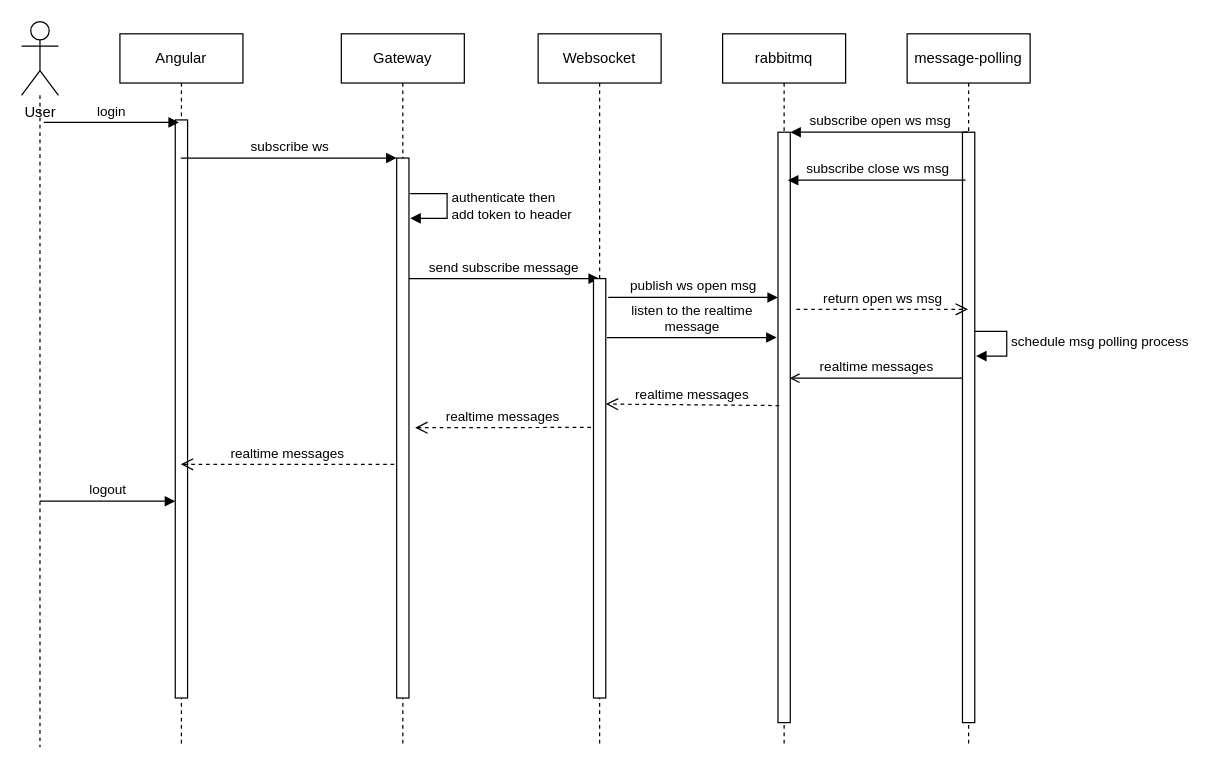
Above: anfular-websoket-gateway.drawio in phquoc25/diagram (draw.io), before the change. Source tidied: cells renumbered, new cells numbered last; positions are measured from the earlier drawing's top-left corner, leaving out a move shared by most shapes. Both pictures are drawn from the tidied source at 123%, with x=0, y=0 at pixel (21, 21).
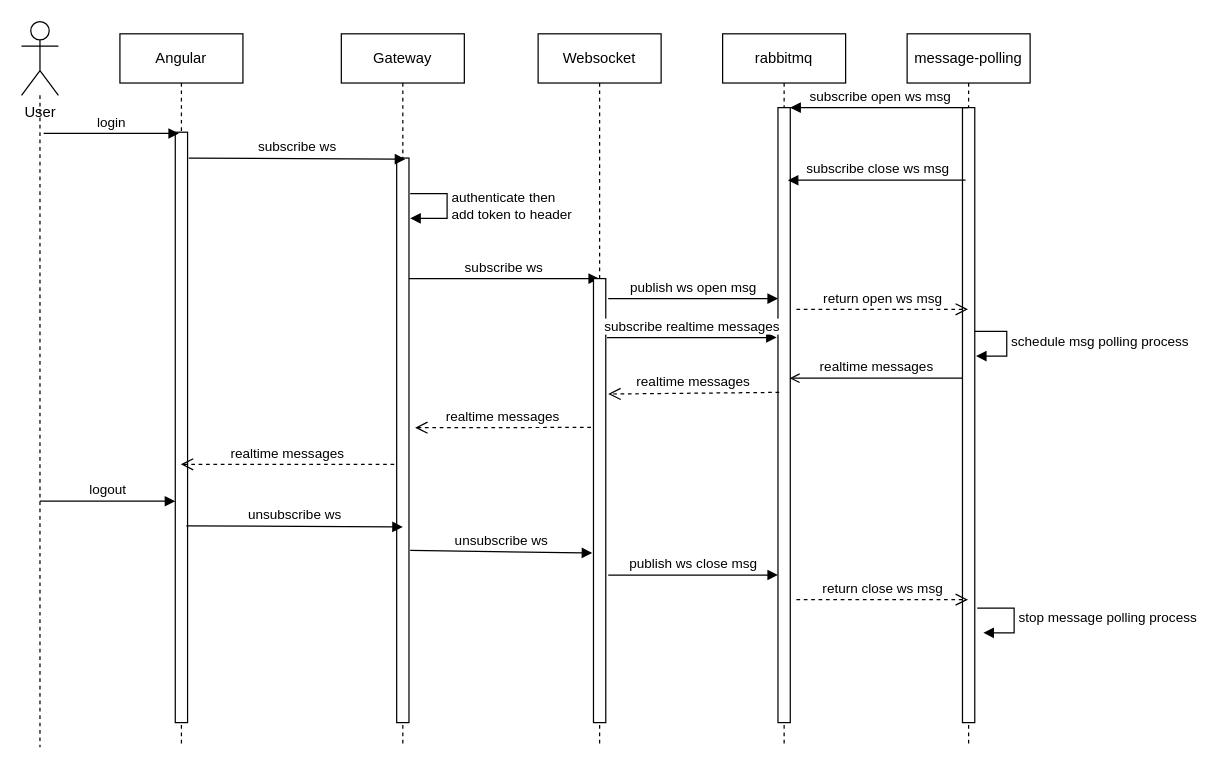
Above is the later version.

The change refers to these unchanged cells:
```xml
<mxCell id="2" value="Angular" style="shape=umlLifeline;perimeter=lifelinePerimeter;whiteSpace=wrap;html=1;outlineConnect=0;" parent="1" vertex="1">
  <mxGeometry x="80" y="10" width="100" height="580" as="geometry" />
</mxCell>
<mxCell id="5" value="Gateway" style="shape=umlLifeline;perimeter=lifelinePerimeter;whiteSpace=wrap;html=1;" parent="1" vertex="1">
  <mxGeometry x="260" y="10" width="100" height="580" as="geometry" />
</mxCell>
<mxCell id="9" value="Websocket" style="shape=umlLifeline;perimeter=lifelinePerimeter;whiteSpace=wrap;html=1;" parent="1" vertex="1">
  <mxGeometry x="420" y="10" width="100" height="580" as="geometry" />
</mxCell>
<mxCell id="11" value="message-polling" style="shape=umlLifeline;perimeter=lifelinePerimeter;whiteSpace=wrap;html=1;outlineConnect=0;" parent="1" vertex="1">
  <mxGeometry x="720" y="10" width="100" height="580" as="geometry" />
</mxCell>
<mxCell id="15" value="rabbitmq" style="shape=umlLifeline;perimeter=lifelinePerimeter;whiteSpace=wrap;html=1;" parent="1" vertex="1">
  <mxGeometry x="570" y="10" width="100" height="580" as="geometry" />
</mxCell>
```

What changed in the source:
```diff
@@
     <mxCell id="3" style="html=1;perimeter=orthogonalPerimeter;" parent="2" vertex="1">
-      <mxGeometry x="45" y="70" width="10" height="470" as="geometry" />
+      <mxGeometry x="45" y="80" width="10" height="480" as="geometry" />
     </mxCell>
@@
     <mxCell id="6" style="html=1;points=[];perimeter=orthogonalPerimeter;" parent="5" vertex="1">
-      <mxGeometry x="45" y="101" width="10" height="439" as="geometry" />
+      <mxGeometry x="45" y="101" width="10" height="459" as="geometry" />
     </mxCell>
@@
-    <mxCell id="8" value="send subscribe message" style="html=1;verticalAlign=bottom;endArrow=block;rounded=0;" parent="5" edge="1">
+    <mxCell id="8" value="subscribe ws" style="html=1;verticalAlign=bottom;endArrow=block;rounded=0;" parent="5" edge="1">
       <mxGeometry relative="1" as="geometry">
         <mxPoint x="55" y="199" as="sourcePoint" />
         <mxPoint x="209.5" y="199" as="targetPoint" />
         <Array as="points">
           <mxPoint x="90" y="199" />
         </Array>
       </mxGeometry>
     </mxCell>
+    <mxCell id="29" value="&lt;div&gt;unsubscribe ws&lt;/div&gt;" style="html=1;verticalAlign=bottom;endArrow=block;entryX=0.7;entryY=0.002;rounded=0;entryDx=0;entryDy=0;entryPerimeter=0;" parent="5" edge="1">
+      <mxGeometry relative="1" as="geometry">
+        <mxPoint x="-126" y="400" as="sourcePoint" />
+        <mxPoint x="50" y="400.9" as="targetPoint" />
+      </mxGeometry>
+    </mxCell>
@@
     <mxCell id="10" style="html=1;points=[];perimeter=orthogonalPerimeter;" parent="9" vertex="1">
-      <mxGeometry x="45" y="199" width="10" height="341" as="geometry" />
+      <mxGeometry x="45" y="199" width="10" height="361" as="geometry" />
     </mxCell>
+    <mxCell id="30" value="&lt;div&gt;unsubscribe ws&lt;/div&gt;" style="html=1;verticalAlign=bottom;endArrow=block;rounded=0;entryX=-0.1;entryY=0.618;entryDx=0;entryDy=0;entryPerimeter=0;" parent="9" edge="1" target="10">
+      <mxGeometry relative="1" as="geometry">
+        <mxPoint x="-104" y="420" as="sourcePoint" />
+      </mxGeometry>
+    </mxCell>
@@
     <mxCell id="13" style="html=1;perimeter=orthogonalPerimeter;" parent="11" vertex="1">
-      <mxGeometry x="45" y="80" width="10" height="480" as="geometry" />
+      <mxGeometry x="45" y="60" width="10" height="500" as="geometry" />
     </mxCell>
-    <mxCell id="14" value="&lt;div&gt;subscribe ws&lt;/div&gt;" style="html=1;verticalAlign=bottom;endArrow=block;entryX=0;entryY=0;rounded=0;" parent="1" edge="1" target="6">
+    <mxCell id="14" value="&lt;div&gt;subscribe ws&lt;/div&gt;" style="html=1;verticalAlign=bottom;endArrow=block;entryX=0.7;entryY=0.002;rounded=0;entryDx=0;entryDy=0;entryPerimeter=0;" parent="1" edge="1" target="6">
       <mxGeometry relative="1" as="geometry">
-        <mxPoint x="129.5" y="111" as="sourcePoint" />
+        <mxPoint x="136" y="111" as="sourcePoint" />
       </mxGeometry>
     </mxCell>
@@
     <mxCell id="16" style="html=1;points=[];perimeter=orthogonalPerimeter;" parent="15" vertex="1">
-      <mxGeometry x="45" y="80" width="10" height="480" as="geometry" />
+      <mxGeometry x="45" y="60" width="10" height="500" as="geometry" />
     </mxCell>
@@
-    <mxCell id="22" value="realtime messages" style="html=1;verticalAlign=bottom;endArrow=open;dashed=1;endSize=8;rounded=0;exitX=0.1;exitY=0.463;exitDx=0;exitDy=0;exitPerimeter=0;" parent="1" edge="1" source="16">
-      <mxGeometry relative="1" as="geometry">
-        <mxPoint x="475" y="311" as="targetPoint" />
-      </mxGeometry>
+    <mxCell id="22" value="realtime messages" style="html=1;verticalAlign=bottom;endArrow=open;dashed=1;endSize=8;rounded=0;exitX=0.1;exitY=0.463;exitDx=0;exitDy=0;exitPerimeter=0;entryX=1.2;entryY=0.26;entryDx=0;entryDy=0;entryPerimeter=0;" parent="1" edge="1" source="16" target="10">
+      <mxGeometry relative="1" as="geometry" />
     </mxCell>
-    <mxCell id="23" value="&lt;div&gt;listen to the realtime &lt;br&gt;&lt;/div&gt;&lt;div&gt;message&lt;/div&gt;" style="html=1;verticalAlign=bottom;startArrow=none;endArrow=block;startSize=8;rounded=0;exitX=1.2;exitY=0.045;exitDx=0;exitDy=0;exitPerimeter=0;startFill=0;" parent="1" edge="1">
+    <mxCell id="23" value="subscribe realtime messages" style="html=1;verticalAlign=bottom;startArrow=none;endArrow=block;startSize=8;rounded=0;exitX=1.2;exitY=0.045;exitDx=0;exitDy=0;exitPerimeter=0;startFill=0;" parent="1" edge="1">
       <mxGeometry relative="1" as="geometry">
         <mxPoint x="476" y="256.9" as="sourcePoint" />
         <mxPoint x="614" y="256.9" as="targetPoint" />
       </mxGeometry>
     </mxCell>
@@
     <mxCell id="28" value="login" style="html=1;verticalAlign=bottom;endArrow=block;rounded=0;" parent="1" edge="1">
       <mxGeometry relative="1" as="geometry">
-        <mxPoint x="18" y="82" as="sourcePoint" />
-        <mxPoint x="128" y="82" as="targetPoint" />
+        <mxPoint x="18" y="91" as="sourcePoint" />
+        <mxPoint x="128" y="91" as="targetPoint" />
       </mxGeometry>
     </mxCell>
+    <mxCell id="31" value="publish ws close msg" style="html=1;verticalAlign=bottom;startArrow=none;endArrow=block;startSize=8;rounded=0;exitX=1.2;exitY=0.045;exitDx=0;exitDy=0;exitPerimeter=0;startFill=0;" parent="1" edge="1">
+      <mxGeometry relative="1" as="geometry">
+        <mxPoint x="477" y="450" as="sourcePoint" />
+        <mxPoint x="615" y="450" as="targetPoint" />
+      </mxGeometry>
+    </mxCell>
+    <mxCell id="32" value="return close ws msg" style="html=1;verticalAlign=bottom;endArrow=open;dashed=1;endSize=8;rounded=0;" parent="1" edge="1">
+      <mxGeometry relative="1" as="geometry">
+        <mxPoint x="630" y="470" as="sourcePoint" />
+        <mxPoint x="769.5" y="470" as="targetPoint" />
+      </mxGeometry>
+    </mxCell>
+    <mxCell id="33" value="stop message polling process" style="edgeStyle=orthogonalEdgeStyle;html=1;align=left;spacingLeft=2;endArrow=block;rounded=0;entryX=1;entryY=0;" parent="1" edge="1">
+      <mxGeometry relative="1" as="geometry">
+        <mxPoint x="777" y="477" as="sourcePoint" />
+        <mxPoint x="782" y="497" as="targetPoint" />
+        <Array as="points">
+          <mxPoint x="807" y="477" />
+        </Array>
+      </mxGeometry>
+    </mxCell>
```
